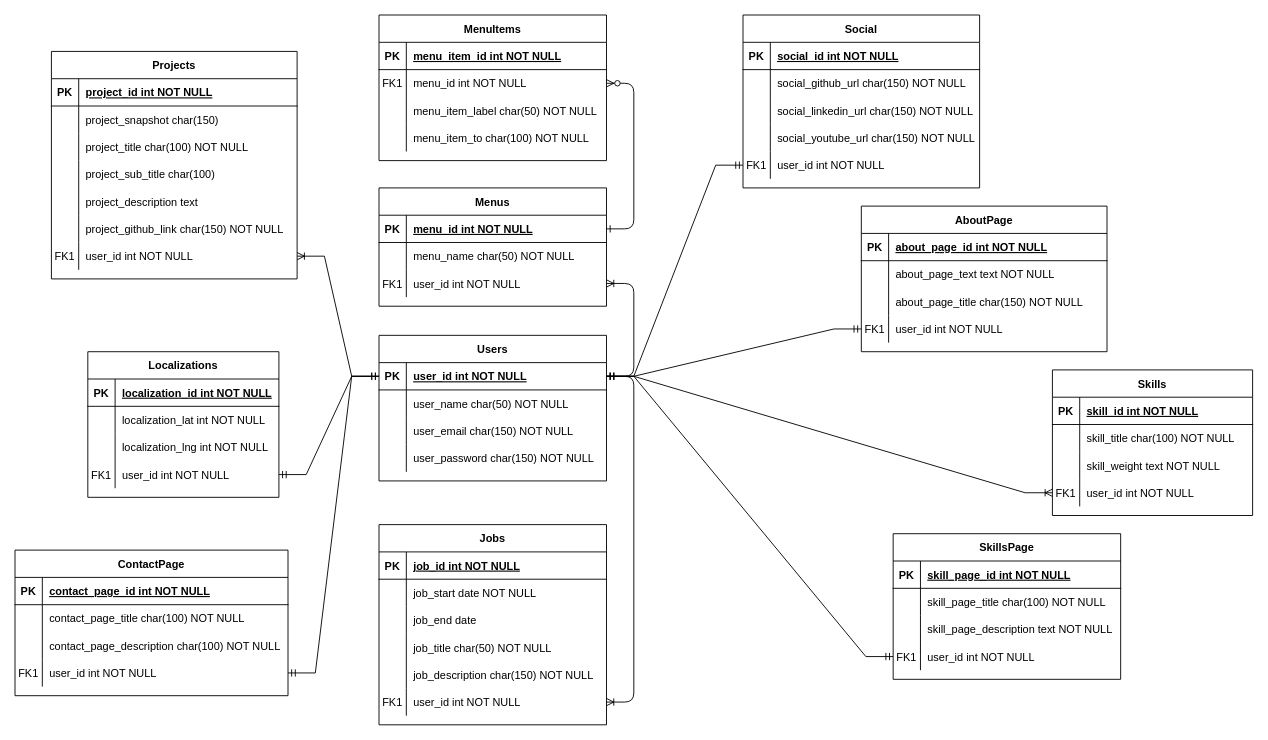
The draw.io diagram ikatoo.drawio in mckatoo/ikatoo-backend-old, before the edit. Source tidied: cells renumbered, new cells numbered last; positions are measured from the earlier drawing's top-left corner, leaving out a move shared by most shapes. Both pictures are drawn from the tidied source at 91%, with x=0, y=0 at pixel (15, 15).
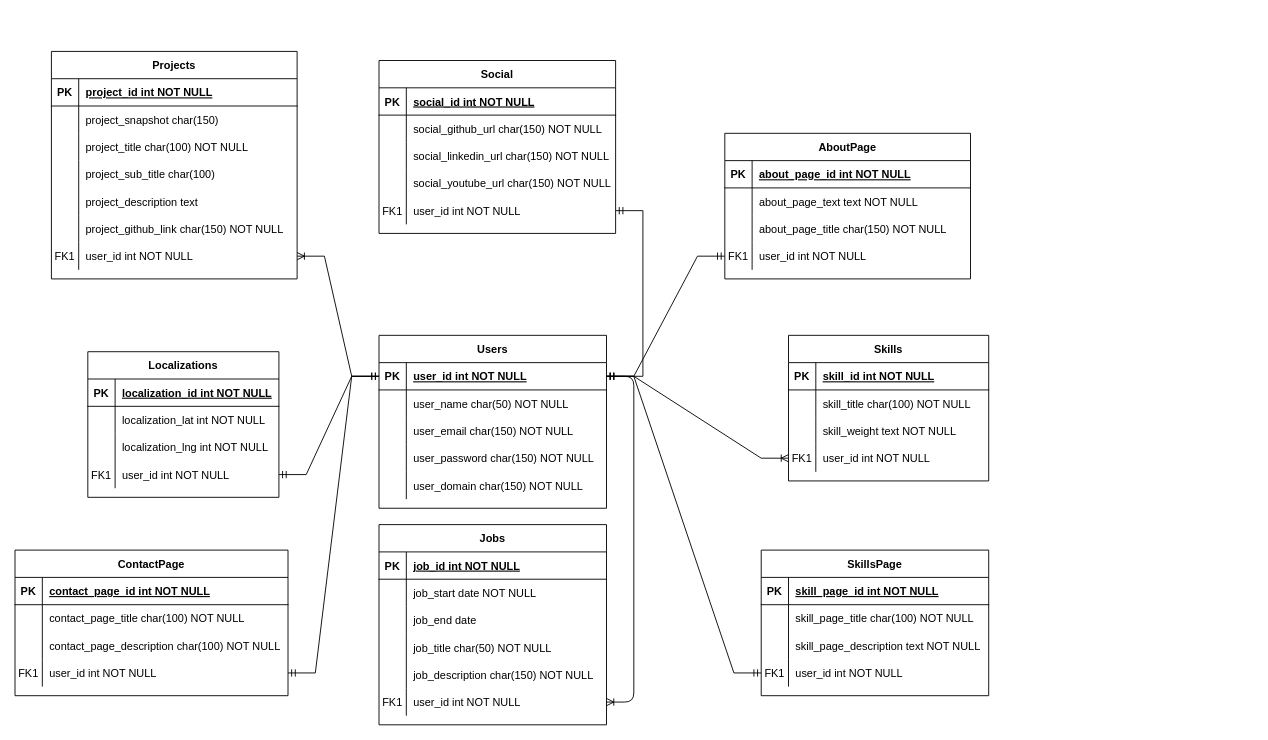
The same diagram, later.

The change refers to these unchanged cells:
```xml
<mxCell id="43" style="shape=partialRectangle;fillColor=none;points=[[0,0.5],[1,0.5]];portConstraint=eastwest;top=0;left=0;right=0;bottom=1;" parent="42" vertex="1">
  <mxGeometry y="30" width="250" height="30" as="geometry" />
</mxCell>
```

What changed in the source:
```diff
@@
-    <mxCell id="2" style="edgeStyle=entityRelationEdgeStyle;endArrow=ERzeroToMany;startArrow=ERone;endFill=1;startFill=0;" parent="1" edge="1" source="17" target="7">
-      <mxGeometry relative="1" as="geometry" />
-    </mxCell>
-    <mxCell id="3" value="MenuItems" style="shape=table;startSize=30;childLayout=tableLayout;rowLines=0;fontStyle=1;align=center;" parent="1" vertex="1">
-      <mxGeometry x="400" width="250" height="160" as="geometry" />
-    </mxCell>
-    <mxCell id="4" style="shape=partialRectangle;fillColor=none;top=0;left=0;right=0;bottom=1;" parent="3" vertex="1">
-      <mxGeometry y="30" width="250" height="30" as="geometry" />
-    </mxCell>
-    <mxCell id="5" value="PK" style="shape=partialRectangle;overflow=hidden;fillColor=none;top=0;left=0;bottom=0;right=0;fontStyle=1;" parent="4" vertex="1">
-      <mxGeometry width="30" height="30" as="geometry" />
-    </mxCell>
-    <mxCell id="6" value="menu_item_id int NOT NULL " style="shape=partialRectangle;overflow=hidden;fillColor=none;top=0;left=0;bottom=0;right=0;align=left;spacingLeft=6;fontStyle=5;" parent="4" vertex="1">
-      <mxGeometry x="30" width="220" height="30" as="geometry" />
-    </mxCell>
-    <mxCell id="7" style="shape=partialRectangle;fillColor=none;points=[[0,0.5],[1,0.5]];portConstraint=eastwest;top=0;left=0;right=0;bottom=0;" parent="3" vertex="1">
-      <mxGeometry y="60" width="250" height="30" as="geometry" />
-    </mxCell>
-    <mxCell id="8" value="FK1" style="shape=partialRectangle;overflow=hidden;fillColor=none;top=0;left=0;bottom=0;right=0;" parent="7" vertex="1">
-      <mxGeometry width="30" height="30" as="geometry" />
-    </mxCell>
-    <mxCell id="9" value="menu_id int NOT NULL" style="shape=partialRectangle;overflow=hidden;fillColor=none;top=0;left=0;bottom=0;right=0;align=left;spacingLeft=6;" parent="7" vertex="1">
-      <mxGeometry x="30" width="220" height="30" as="geometry" />
-    </mxCell>
-    <mxCell id="10" style="shape=partialRectangle;fillColor=none;top=0;left=0;right=0;bottom=0;" parent="3" vertex="1">
-      <mxGeometry y="90" width="250" height="30" as="geometry" />
-    </mxCell>
-    <mxCell id="11" style="shape=partialRectangle;overflow=hidden;fillColor=none;top=0;left=0;bottom=0;right=0;" parent="10" vertex="1">
-      <mxGeometry width="30" height="30" as="geometry" />
-    </mxCell>
-    <mxCell id="12" value="menu_item_label char(50) NOT NULL" style="shape=partialRectangle;overflow=hidden;fillColor=none;top=0;left=0;bottom=0;right=0;align=left;spacingLeft=6;" parent="10" vertex="1">
-      <mxGeometry x="30" width="220" height="30" as="geometry" />
-    </mxCell>
-    <mxCell id="13" style="shape=partialRectangle;fillColor=none;top=0;left=0;right=0;bottom=0;" parent="3" vertex="1">
-      <mxGeometry y="120" width="250" height="30" as="geometry" />
-    </mxCell>
-    <mxCell id="14" style="shape=partialRectangle;overflow=hidden;fillColor=none;top=0;left=0;bottom=0;right=0;" parent="13" vertex="1">
-      <mxGeometry width="30" height="30" as="geometry" />
-    </mxCell>
-    <mxCell id="15" value="menu_item_to char(100) NOT NULL" style="shape=partialRectangle;overflow=hidden;fillColor=none;top=0;left=0;bottom=0;right=0;align=left;spacingLeft=6;" parent="13" vertex="1">
-      <mxGeometry x="30" width="220" height="30" as="geometry" />
-    </mxCell>
-    <mxCell id="16" value="Menus" style="shape=table;startSize=30;childLayout=tableLayout;rowLines=0;fontStyle=1;align=center;" parent="1" vertex="1">
-      <mxGeometry x="400" y="190" width="250" height="130" as="geometry" />
-    </mxCell>
-    <mxCell id="17" style="shape=partialRectangle;fillColor=none;points=[[0,0.5],[1,0.5]];portConstraint=eastwest;top=0;left=0;right=0;bottom=1;" parent="16" vertex="1">
-      <mxGeometry y="30" width="250" height="30" as="geometry" />
-    </mxCell>
-    <mxCell id="18" value="PK" style="shape=partialRectangle;overflow=hidden;fillColor=none;top=0;left=0;bottom=0;right=0;fontStyle=1;" parent="17" vertex="1">
-      <mxGeometry width="30" height="30" as="geometry" />
-    </mxCell>
-    <mxCell id="19" value="menu_id int NOT NULL " style="shape=partialRectangle;overflow=hidden;fillColor=none;top=0;left=0;bottom=0;right=0;align=left;spacingLeft=6;fontStyle=5;" parent="17" vertex="1">
-      <mxGeometry x="30" width="220" height="30" as="geometry" />
-    </mxCell>
-    <mxCell id="20" style="shape=partialRectangle;fillColor=none;top=0;left=0;right=0;bottom=0;" parent="16" vertex="1">
-      <mxGeometry y="60" width="250" height="30" as="geometry" />
-    </mxCell>
-    <mxCell id="21" style="shape=partialRectangle;overflow=hidden;fillColor=none;top=0;left=0;bottom=0;right=0;" parent="20" vertex="1">
-      <mxGeometry width="30" height="30" as="geometry" />
-    </mxCell>
-    <mxCell id="22" value="menu_name char(50) NOT NULL" style="shape=partialRectangle;overflow=hidden;fillColor=none;top=0;left=0;bottom=0;right=0;align=left;spacingLeft=6;" parent="20" vertex="1">
-      <mxGeometry x="30" width="220" height="30" as="geometry" />
-    </mxCell>
-    <mxCell id="23" style="shape=partialRectangle;fillColor=none;points=[[0,0.5],[1,0.5]];portConstraint=eastwest;top=0;left=0;right=0;bottom=0;" parent="16" vertex="1">
-      <mxGeometry y="90" width="250" height="30" as="geometry" />
-    </mxCell>
-    <mxCell id="24" value="FK1" style="shape=partialRectangle;overflow=hidden;fillColor=none;top=0;left=0;bottom=0;right=0;" parent="23" vertex="1">
-      <mxGeometry width="30" height="30" as="geometry" />
-    </mxCell>
-    <mxCell id="25" value="user_id int NOT NULL" style="shape=partialRectangle;overflow=hidden;fillColor=none;top=0;left=0;bottom=0;right=0;align=left;spacingLeft=6;" parent="23" vertex="1">
-      <mxGeometry x="30" width="220" height="30" as="geometry" />
-    </mxCell>
     <mxCell id="26" value="Social" style="shape=table;startSize=30;childLayout=tableLayout;rowLines=0;fontStyle=1;align=center;" parent="1" vertex="1">
-      <mxGeometry x="800" width="260" height="190" as="geometry" />
+      <mxGeometry x="400" y="50" width="260" height="190" as="geometry" />
     </mxCell>
@@
     <mxCell id="42" value="Users" style="shape=table;startSize=30;childLayout=tableLayout;rowLines=0;fontStyle=1;align=center;" parent="1" vertex="1">
-      <mxGeometry x="400" y="352" width="250" height="160" as="geometry" />
+      <mxGeometry x="400" y="352" width="250" height="190" as="geometry" />
     </mxCell>
@@
+    <mxCell id="170" style="shape=partialRectangle;fillColor=none;top=0;left=0;right=0;bottom=0;" parent="42" vertex="1">
+      <mxGeometry y="150" width="250" height="30" as="geometry" />
+    </mxCell>
+    <mxCell id="171" style="shape=partialRectangle;overflow=hidden;fillColor=none;top=0;left=0;bottom=0;right=0;" parent="170" vertex="1">
+      <mxGeometry width="30" height="30" as="geometry" />
+    </mxCell>
+    <mxCell id="172" value="user_domain char(150) NOT NULL" style="shape=partialRectangle;overflow=hidden;fillColor=none;top=0;left=0;bottom=0;right=0;align=left;spacingLeft=6;" parent="170" vertex="1">
+      <mxGeometry x="30" width="220" height="30" as="geometry" />
+    </mxCell>
     <mxCell id="55" value="AboutPage" style="shape=table;startSize=30;childLayout=tableLayout;rowLines=0;fontStyle=1;align=center;" parent="1" vertex="1">
-      <mxGeometry x="930" y="210" width="270" height="160" as="geometry" />
+      <mxGeometry x="780" y="130" width="270" height="160" as="geometry" />
     </mxCell>
@@
     <mxCell id="68" value="Skills" style="shape=table;startSize=30;childLayout=tableLayout;rowLines=0;fontStyle=1;align=center;" parent="1" vertex="1">
-      <mxGeometry x="1140" y="390" width="220" height="160" as="geometry" />
+      <mxGeometry x="850" y="352" width="220" height="160" as="geometry" />
     </mxCell>
@@
     <mxCell id="81" value="SkillsPage" style="shape=table;startSize=30;childLayout=tableLayout;rowLines=0;fontStyle=1;align=center;" parent="1" vertex="1">
-      <mxGeometry x="965" y="570" width="250" height="160" as="geometry" />
+      <mxGeometry x="820" y="588" width="250" height="160" as="geometry" />
     </mxCell>
@@
-    <mxCell id="94" style="edgeStyle=entityRelationEdgeStyle;fontSize=12;html=1;endArrow=ERoneToMany;" parent="1" edge="1" source="43" target="23">
-      <mxGeometry relative="1" as="geometry" />
-    </mxCell>
```
